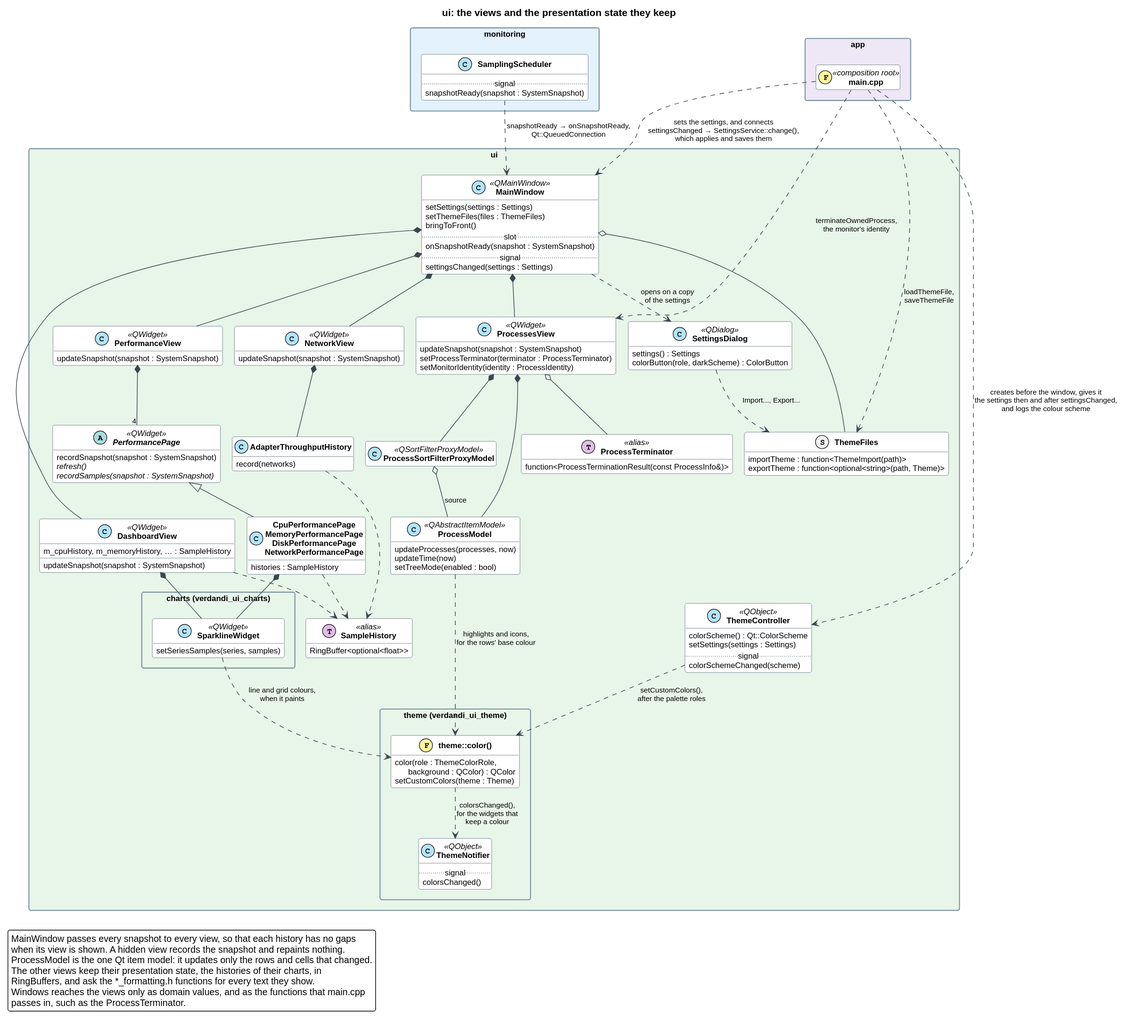
Above: docs/diagrams/ui_views.svg in DunderGG/verdandi (PlantUML), before the change.
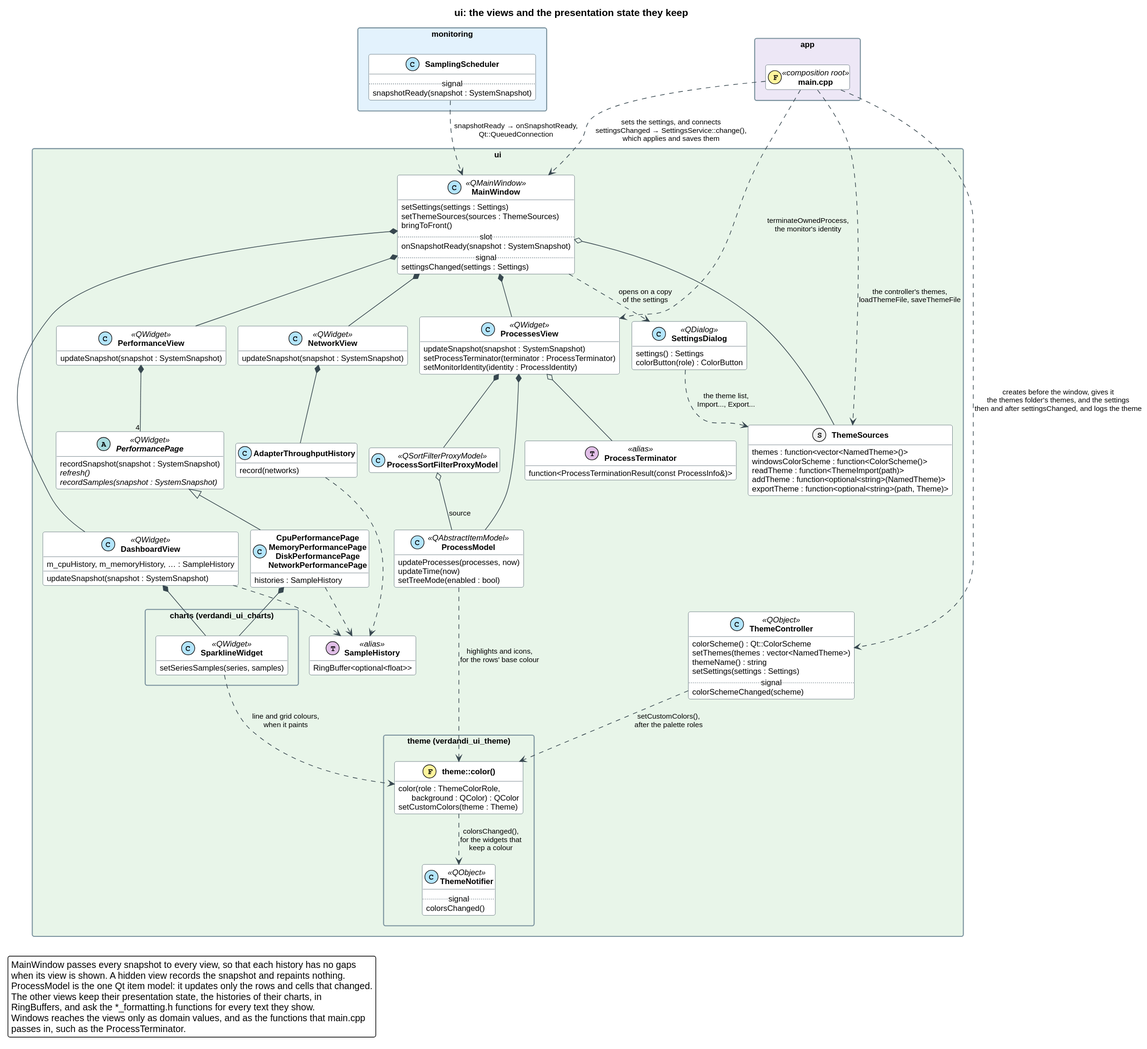
After the change.

What changed in the source:
```diff
@@ -6,7 +6,7 @@
 package "ui" $UI_COLOR {
     class MainWindow <<QMainWindow>> {
         setSettings(settings : Settings)
-        setThemeFiles(files : ThemeFiles)
+        setThemeSources(sources : ThemeSources)
         bringToFront()
         .. slot ..
         onSnapshotReady(snapshot : SystemSnapshot)
@@ -16,11 +16,13 @@
 
     class SettingsDialog <<QDialog>> {
         settings() : Settings
-        colorButton(role, darkScheme) : ColorButton
+        colorButton(role) : ColorButton
     }
 
     class ThemeController <<QObject>> {
         colorScheme() : Qt::ColorScheme
+        setThemes(themes : vector<NamedTheme>)
+        themeName() : string
         setSettings(settings : Settings)
         .. signal ..
         colorSchemeChanged(scheme)
@@ -75,8 +77,11 @@
         {field} function<ProcessTerminationResult(const ProcessInfo&)>
     }
 
-    struct ThemeFiles {
-        {field} importTheme : function<ThemeImport(path)>
+    struct ThemeSources {
+        {field} themes : function<vector<NamedTheme>()>
+        {field} windowsColorScheme : function<ColorScheme()>
+        {field} readTheme : function<ThemeImport(path)>
+        {field} addTheme : function<optional<string>(NamedTheme)>
         {field} exportTheme : function<optional<string>(path, Theme)>
     }
 
@@ -113,8 +118,8 @@
 SamplingScheduler ..> MainWindow : snapshotReady → onSnapshotReady,\nQt::QueuedConnection
 mainCpp ..> MainWindow : sets the settings, and connects\nsettingsChanged → SettingsService::change(),\nwhich applies and saves them
 mainCpp ..> ProcessesView : terminateOwnedProcess,\nthe monitor's identity
-mainCpp ..> ThemeFiles : loadThemeFile,\nsaveThemeFile
-mainCpp ..> ThemeController : creates before the window, gives it\nthe settings then and after settingsChanged,\nand logs the colour scheme
+mainCpp ..> ThemeSources : the controller's themes,\nloadThemeFile, saveThemeFile
+mainCpp ..> ThemeController : creates before the window, gives it\nthe themes folder's themes, and the settings\nthen and after settingsChanged, and logs the theme
 MainWindow ..> SettingsDialog : opens on a copy\nof the settings
 
 MainWindow *-- DashboardView
@@ -127,8 +132,8 @@
 ProcessesView *-- ProcessSortFilterProxyModel
 ProcessSortFilterProxyModel o-- ProcessModel : source
 ProcessesView o-- ProcessTerminator
-MainWindow o-- ThemeFiles
-SettingsDialog ..> ThemeFiles : Import..., Export...
+MainWindow o-- ThemeSources
+SettingsDialog ..> ThemeSources : the theme list,\nImport..., Export...
 NetworkView *-- AdapterThroughputHistory
 AdapterThroughputHistory ..> SampleHistory
 DashboardView ..> SampleHistory
```
